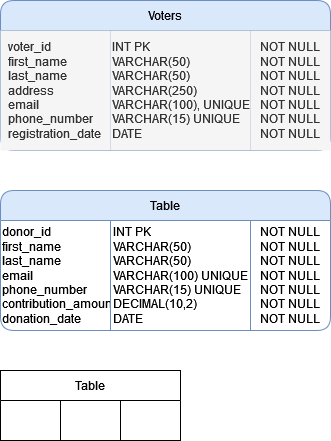
Earlier version of the draw.io export DB_Gergely_Zsolnai_HW_Political_Campaign.png (gergelyzsolnai/Gergely_Zsolnai_AU24). Source tidied: cells renumbered, new cells last; positions are measured from the earlier drawing's top-left corner, leaving out a move shared by most shapes. The source it was exported from:
```xml
<mxGraphModel>
  <root>
    <mxCell id="0" />
    <mxCell id="1" parent="0" />
    <mxCell id="2" value="Voters" style="shape=table;startSize=30;rounded=1;fillColor=#dae8fc;strokeColor=#6c8ebf;" parent="1" vertex="1">
      <mxGeometry width="330" height="150" as="geometry" />
    </mxCell>
    <mxCell id="3" style="shape=tableRow;horizontal=0;startSize=0;swimlaneHead=0;swimlaneBody=0;strokeColor=inherit;top=0;left=0;bottom=0;right=0;fillColor=none;" parent="2" vertex="1">
      <mxGeometry y="30" width="330" height="120" as="geometry" />
    </mxCell>
    <mxCell id="4" value="&lt;div align=&quot;left&quot;&gt;voter_id&lt;/div&gt;&lt;div align=&quot;left&quot;&gt;first_name&lt;/div&gt;&lt;div align=&quot;left&quot;&gt;last_name&lt;/div&gt;&lt;div align=&quot;left&quot;&gt;address&lt;/div&gt;&lt;div align=&quot;left&quot;&gt;email&lt;/div&gt;&lt;div align=&quot;left&quot;&gt;phone_number&lt;/div&gt;&lt;div align=&quot;left&quot;&gt;registration_date&lt;br&gt;&lt;/div&gt;" style="shape=partialRectangle;html=1;whiteSpace=wrap;strokeColor=#666666;overflow=hidden;fillColor=#f5f5f5;top=0;left=0;bottom=0;right=0;fontColor=#333333;" parent="3" vertex="1">
      <mxGeometry width="110" height="120" as="geometry" />
    </mxCell>
    <mxCell id="5" value="&lt;div align=&quot;left&quot;&gt;INT PK&lt;/div&gt;&lt;div align=&quot;left&quot;&gt;VARCHAR(50)&lt;/div&gt;&lt;div align=&quot;left&quot;&gt;VARCHAR(50)&lt;/div&gt;&lt;div align=&quot;left&quot;&gt;VARCHAR(250)&lt;/div&gt;&lt;div align=&quot;left&quot;&gt;VARCHAR(100), UNIQUE&lt;/div&gt;&lt;div align=&quot;left&quot;&gt;VARCHAR(15) UNIQUE&lt;/div&gt;&lt;div align=&quot;left&quot;&gt;DATE&lt;br&gt;&lt;/div&gt;" style="shape=partialRectangle;html=1;whiteSpace=wrap;strokeColor=#666666;overflow=hidden;fillColor=#f5f5f5;top=0;left=0;bottom=0;right=0;align=left;fontColor=#333333;" parent="3" vertex="1">
      <mxGeometry x="110" width="140" height="120" as="geometry" />
    </mxCell>
    <mxCell id="6" value="&lt;div&gt;NOT NULL&lt;/div&gt;&lt;div&gt;NOT NULL&lt;/div&gt;&lt;div&gt;NOT NULL&lt;/div&gt;&lt;div&gt;NOT NULL&lt;/div&gt;&lt;div&gt;NOT NULL&lt;/div&gt;&lt;div&gt;NOT NULL&lt;/div&gt;&lt;div&gt;NOT NULL&lt;br&gt;&lt;/div&gt;" style="shape=partialRectangle;html=1;whiteSpace=wrap;strokeColor=#666666;overflow=hidden;fillColor=#f5f5f5;top=0;left=0;bottom=0;right=0;fontColor=#333333;" parent="3" vertex="1">
      <mxGeometry x="250" width="80" height="120" as="geometry" />
    </mxCell>
    <mxCell id="7" value="Table" style="shape=table;startSize=30;rounded=1;fillColor=#dae8fc;strokeColor=#6c8ebf;" parent="1" vertex="1">
      <mxGeometry y="190" width="330" height="140" as="geometry" />
    </mxCell>
    <mxCell id="8" style="shape=tableRow;horizontal=0;startSize=0;swimlaneHead=0;swimlaneBody=0;strokeColor=inherit;top=0;left=0;bottom=0;right=0;fillColor=none;" parent="7" vertex="1">
      <mxGeometry y="30" width="330" height="110" as="geometry" />
    </mxCell>
    <mxCell id="9" value="&lt;div align=&quot;left&quot;&gt;donor_id&lt;/div&gt;&lt;div align=&quot;left&quot;&gt;first_name&lt;/div&gt;&lt;div align=&quot;left&quot;&gt;last_name&lt;br&gt;&lt;/div&gt;&lt;div&gt;email&lt;/div&gt;&lt;div&gt;phone_number&lt;/div&gt;&lt;div&gt;contribution_amount&lt;/div&gt;&lt;div&gt;donation_date&lt;br&gt;&lt;/div&gt;" style="shape=partialRectangle;html=1;whiteSpace=wrap;strokeColor=inherit;overflow=hidden;fillColor=none;top=0;left=0;bottom=0;right=0;align=left;" parent="8" vertex="1">
      <mxGeometry width="110" height="110" as="geometry" />
    </mxCell>
    <mxCell id="10" value="&lt;div align=&quot;left&quot;&gt;INT PK&lt;/div&gt;&lt;div align=&quot;left&quot;&gt;VARCHAR(50)&lt;/div&gt;&lt;div align=&quot;left&quot;&gt;VARCHAR(50)&lt;/div&gt;&lt;div align=&quot;left&quot;&gt;VARCHAR(100) UNIQUE&lt;/div&gt;&lt;div align=&quot;left&quot;&gt;VARCHAR(15) UNIQUE&lt;br&gt;&lt;/div&gt;&lt;div align=&quot;left&quot;&gt;DECIMAL(10,2)&lt;/div&gt;&lt;div align=&quot;left&quot;&gt;DATE&lt;br&gt;&lt;/div&gt;" style="shape=partialRectangle;html=1;whiteSpace=wrap;strokeColor=inherit;overflow=hidden;fillColor=none;top=0;left=0;bottom=0;right=0;" parent="8" vertex="1">
      <mxGeometry x="110" width="140" height="110" as="geometry" />
    </mxCell>
    <mxCell id="11" value="&lt;div&gt;NOT NULL&lt;/div&gt;&lt;div&gt;NOT NULL&lt;/div&gt;&lt;div&gt;NOT NULL&lt;/div&gt;&lt;div&gt;NOT NULL&lt;/div&gt;&lt;div&gt;NOT NULL&lt;/div&gt;&lt;div&gt;NOT NULL&lt;/div&gt;&lt;div&gt;NOT NULL&lt;br&gt;&lt;/div&gt;" style="shape=partialRectangle;html=1;whiteSpace=wrap;strokeColor=inherit;overflow=hidden;fillColor=none;top=0;left=0;bottom=0;right=0;" parent="8" vertex="1">
      <mxGeometry x="250" width="80" height="110" as="geometry" />
    </mxCell>
    <mxCell id="12" value="Table" style="shape=table;startSize=30;" parent="1" vertex="1">
      <mxGeometry y="370" width="180" height="70" as="geometry" />
    </mxCell>
    <mxCell id="13" style="shape=tableRow;horizontal=0;startSize=0;swimlaneHead=0;swimlaneBody=0;strokeColor=inherit;top=0;left=0;bottom=0;right=0;fillColor=none;" parent="12" vertex="1">
      <mxGeometry y="30" width="180" height="40" as="geometry" />
    </mxCell>
    <mxCell id="14" style="shape=partialRectangle;html=1;whiteSpace=wrap;strokeColor=inherit;overflow=hidden;fillColor=none;top=0;left=0;bottom=0;right=0;" parent="13" vertex="1">
      <mxGeometry width="60" height="40" as="geometry" />
    </mxCell>
    <mxCell id="15" style="shape=partialRectangle;html=1;whiteSpace=wrap;strokeColor=inherit;overflow=hidden;fillColor=none;top=0;left=0;bottom=0;right=0;" parent="13" vertex="1">
      <mxGeometry x="60" width="60" height="40" as="geometry" />
    </mxCell>
    <mxCell id="16" style="shape=partialRectangle;html=1;whiteSpace=wrap;strokeColor=inherit;overflow=hidden;fillColor=none;top=0;left=0;bottom=0;right=0;" parent="13" vertex="1">
      <mxGeometry x="120" width="60" height="40" as="geometry" />
    </mxCell>
  </root>
</mxGraphModel>
```
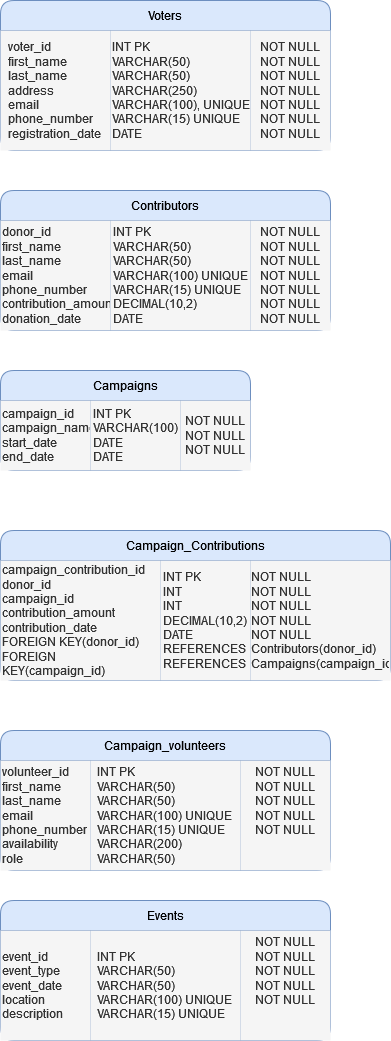
After the commit.

What changed in the source:
```diff
@@ -17,35 +17,80 @@
     <mxCell id="6" value="&lt;div&gt;NOT NULL&lt;/div&gt;&lt;div&gt;NOT NULL&lt;/div&gt;&lt;div&gt;NOT NULL&lt;/div&gt;&lt;div&gt;NOT NULL&lt;/div&gt;&lt;div&gt;NOT NULL&lt;/div&gt;&lt;div&gt;NOT NULL&lt;/div&gt;&lt;div&gt;NOT NULL&lt;br&gt;&lt;/div&gt;" style="shape=partialRectangle;html=1;whiteSpace=wrap;strokeColor=#666666;overflow=hidden;fillColor=#f5f5f5;top=0;left=0;bottom=0;right=0;fontColor=#333333;" parent="3" vertex="1">
       <mxGeometry x="250" width="80" height="120" as="geometry" />
     </mxCell>
-    <mxCell id="7" value="Table" style="shape=table;startSize=30;rounded=1;fillColor=#dae8fc;strokeColor=#6c8ebf;" parent="1" vertex="1">
+    <mxCell id="7" value="Contributors" style="shape=table;startSize=30;rounded=1;fillColor=#dae8fc;strokeColor=#6c8ebf;" parent="1" vertex="1">
       <mxGeometry y="190" width="330" height="140" as="geometry" />
     </mxCell>
     <mxCell id="8" style="shape=tableRow;horizontal=0;startSize=0;swimlaneHead=0;swimlaneBody=0;strokeColor=inherit;top=0;left=0;bottom=0;right=0;fillColor=none;" parent="7" vertex="1">
       <mxGeometry y="30" width="330" height="110" as="geometry" />
     </mxCell>
-    <mxCell id="9" value="&lt;div align=&quot;left&quot;&gt;donor_id&lt;/div&gt;&lt;div align=&quot;left&quot;&gt;first_name&lt;/div&gt;&lt;div align=&quot;left&quot;&gt;last_name&lt;br&gt;&lt;/div&gt;&lt;div&gt;email&lt;/div&gt;&lt;div&gt;phone_number&lt;/div&gt;&lt;div&gt;contribution_amount&lt;/div&gt;&lt;div&gt;donation_date&lt;br&gt;&lt;/div&gt;" style="shape=partialRectangle;html=1;whiteSpace=wrap;strokeColor=inherit;overflow=hidden;fillColor=none;top=0;left=0;bottom=0;right=0;align=left;" parent="8" vertex="1">
+    <mxCell id="9" value="&lt;div align=&quot;left&quot;&gt;donor_id&lt;/div&gt;&lt;div align=&quot;left&quot;&gt;first_name&lt;/div&gt;&lt;div align=&quot;left&quot;&gt;last_name&lt;br&gt;&lt;/div&gt;&lt;div&gt;email&lt;/div&gt;&lt;div&gt;phone_number&lt;/div&gt;&lt;div&gt;contribution_amount&lt;/div&gt;&lt;div&gt;donation_date&lt;br&gt;&lt;/div&gt;" style="shape=partialRectangle;html=1;whiteSpace=wrap;strokeColor=#666666;overflow=hidden;fillColor=#f5f5f5;top=0;left=0;bottom=0;right=0;align=left;fontColor=#333333;" parent="8" vertex="1">
       <mxGeometry width="110" height="110" as="geometry" />
     </mxCell>
-    <mxCell id="10" value="&lt;div align=&quot;left&quot;&gt;INT PK&lt;/div&gt;&lt;div align=&quot;left&quot;&gt;VARCHAR(50)&lt;/div&gt;&lt;div align=&quot;left&quot;&gt;VARCHAR(50)&lt;/div&gt;&lt;div align=&quot;left&quot;&gt;VARCHAR(100) UNIQUE&lt;/div&gt;&lt;div align=&quot;left&quot;&gt;VARCHAR(15) UNIQUE&lt;br&gt;&lt;/div&gt;&lt;div align=&quot;left&quot;&gt;DECIMAL(10,2)&lt;/div&gt;&lt;div align=&quot;left&quot;&gt;DATE&lt;br&gt;&lt;/div&gt;" style="shape=partialRectangle;html=1;whiteSpace=wrap;strokeColor=inherit;overflow=hidden;fillColor=none;top=0;left=0;bottom=0;right=0;" parent="8" vertex="1">
+    <mxCell id="10" value="&lt;div align=&quot;left&quot;&gt;INT PK&lt;/div&gt;&lt;div align=&quot;left&quot;&gt;VARCHAR(50)&lt;/div&gt;&lt;div align=&quot;left&quot;&gt;VARCHAR(50)&lt;/div&gt;&lt;div align=&quot;left&quot;&gt;VARCHAR(100) UNIQUE&lt;/div&gt;&lt;div align=&quot;left&quot;&gt;VARCHAR(15) UNIQUE&lt;br&gt;&lt;/div&gt;&lt;div align=&quot;left&quot;&gt;DECIMAL(10,2)&lt;/div&gt;&lt;div align=&quot;left&quot;&gt;DATE&lt;br&gt;&lt;/div&gt;" style="shape=partialRectangle;html=1;whiteSpace=wrap;strokeColor=#666666;overflow=hidden;fillColor=#f5f5f5;top=0;left=0;bottom=0;right=0;fontColor=#333333;" parent="8" vertex="1">
       <mxGeometry x="110" width="140" height="110" as="geometry" />
     </mxCell>
-    <mxCell id="11" value="&lt;div&gt;NOT NULL&lt;/div&gt;&lt;div&gt;NOT NULL&lt;/div&gt;&lt;div&gt;NOT NULL&lt;/div&gt;&lt;div&gt;NOT NULL&lt;/div&gt;&lt;div&gt;NOT NULL&lt;/div&gt;&lt;div&gt;NOT NULL&lt;/div&gt;&lt;div&gt;NOT NULL&lt;br&gt;&lt;/div&gt;" style="shape=partialRectangle;html=1;whiteSpace=wrap;strokeColor=inherit;overflow=hidden;fillColor=none;top=0;left=0;bottom=0;right=0;" parent="8" vertex="1">
+    <mxCell id="11" value="&lt;div&gt;NOT NULL&lt;/div&gt;&lt;div&gt;NOT NULL&lt;/div&gt;&lt;div&gt;NOT NULL&lt;/div&gt;&lt;div&gt;NOT NULL&lt;/div&gt;&lt;div&gt;NOT NULL&lt;/div&gt;&lt;div&gt;NOT NULL&lt;/div&gt;&lt;div&gt;NOT NULL&lt;br&gt;&lt;/div&gt;" style="shape=partialRectangle;html=1;whiteSpace=wrap;strokeColor=#666666;overflow=hidden;fillColor=#f5f5f5;top=0;left=0;bottom=0;right=0;fontColor=#333333;" parent="8" vertex="1">
       <mxGeometry x="250" width="80" height="110" as="geometry" />
     </mxCell>
-    <mxCell id="12" value="Table" style="shape=table;startSize=30;" parent="1" vertex="1">
-      <mxGeometry y="370" width="180" height="70" as="geometry" />
+    <mxCell id="12" value="Campaigns" style="shape=table;startSize=30;fillColor=#dae8fc;strokeColor=#6c8ebf;rounded=1;" parent="1" vertex="1">
+      <mxGeometry y="370" width="250" height="100" as="geometry" />
     </mxCell>
     <mxCell id="13" style="shape=tableRow;horizontal=0;startSize=0;swimlaneHead=0;swimlaneBody=0;strokeColor=inherit;top=0;left=0;bottom=0;right=0;fillColor=none;" parent="12" vertex="1">
-      <mxGeometry y="30" width="180" height="40" as="geometry" />
+      <mxGeometry y="30" width="250" height="70" as="geometry" />
     </mxCell>
-    <mxCell id="14" style="shape=partialRectangle;html=1;whiteSpace=wrap;strokeColor=inherit;overflow=hidden;fillColor=none;top=0;left=0;bottom=0;right=0;" parent="13" vertex="1">
-      <mxGeometry width="60" height="40" as="geometry" />
+    <mxCell id="14" value="&lt;div align=&quot;left&quot;&gt;campaign_id&lt;/div&gt;&lt;div align=&quot;left&quot;&gt;campaign_name&lt;/div&gt;&lt;div align=&quot;left&quot;&gt;start_date&lt;/div&gt;&lt;div align=&quot;left&quot;&gt;end_date&lt;br&gt;&lt;/div&gt;" style="shape=partialRectangle;html=1;whiteSpace=wrap;strokeColor=#666666;overflow=hidden;fillColor=#f5f5f5;top=0;left=0;bottom=0;right=0;align=left;fontColor=#333333;" parent="13" vertex="1">
+      <mxGeometry width="90" height="70" as="geometry" />
     </mxCell>
-    <mxCell id="15" style="shape=partialRectangle;html=1;whiteSpace=wrap;strokeColor=inherit;overflow=hidden;fillColor=none;top=0;left=0;bottom=0;right=0;" parent="13" vertex="1">
-      <mxGeometry x="60" width="60" height="40" as="geometry" />
+    <mxCell id="15" value="&lt;div align=&quot;left&quot;&gt;INT PK&lt;/div&gt;&lt;div align=&quot;left&quot;&gt;VARCHAR(100)&lt;/div&gt;&lt;div align=&quot;left&quot;&gt;DATE&lt;/div&gt;&lt;div align=&quot;left&quot;&gt;DATE&lt;br&gt;&lt;/div&gt;" style="shape=partialRectangle;html=1;whiteSpace=wrap;strokeColor=#666666;overflow=hidden;fillColor=#f5f5f5;top=0;left=0;bottom=0;right=0;fontColor=#333333;" parent="13" vertex="1">
+      <mxGeometry x="90" width="90" height="70" as="geometry" />
     </mxCell>
-    <mxCell id="16" style="shape=partialRectangle;html=1;whiteSpace=wrap;strokeColor=inherit;overflow=hidden;fillColor=none;top=0;left=0;bottom=0;right=0;" parent="13" vertex="1">
-      <mxGeometry x="120" width="60" height="40" as="geometry" />
+    <mxCell id="16" value="&lt;div align=&quot;left&quot;&gt;NOT NULL&lt;/div&gt;&lt;div align=&quot;left&quot;&gt;NOT NULL&lt;/div&gt;&lt;div align=&quot;left&quot;&gt;NOT NULL&lt;br&gt;&lt;/div&gt;" style="shape=partialRectangle;html=1;whiteSpace=wrap;strokeColor=#666666;overflow=hidden;fillColor=#f5f5f5;top=0;left=0;bottom=0;right=0;fontColor=#333333;" parent="13" vertex="1">
+      <mxGeometry x="180" width="70" height="70" as="geometry" />
     </mxCell>
+    <mxCell id="17" value="Campaign_Contributions" style="shape=table;startSize=30;rounded=1;fillColor=#dae8fc;strokeColor=#6c8ebf;" parent="1" vertex="1">
+      <mxGeometry y="530" width="390" height="150" as="geometry" />
+    </mxCell>
+    <mxCell id="18" style="shape=tableRow;horizontal=0;startSize=0;swimlaneHead=0;swimlaneBody=0;strokeColor=inherit;top=0;left=0;bottom=0;right=0;fillColor=none;" parent="17" vertex="1">
+      <mxGeometry y="30" width="390" height="120" as="geometry" />
+    </mxCell>
+    <mxCell id="19" value="&lt;div align=&quot;left&quot;&gt;campaign_contribution_id&lt;/div&gt;&lt;div align=&quot;left&quot;&gt;donor_id&lt;/div&gt;&lt;div align=&quot;left&quot;&gt;campaign_id&lt;/div&gt;&lt;div align=&quot;left&quot;&gt;contribution_amount&lt;/div&gt;&lt;div align=&quot;left&quot;&gt;contribution_date&lt;/div&gt;&lt;div align=&quot;left&quot;&gt;FOREIGN KEY(donor_id)&lt;/div&gt;&lt;div align=&quot;left&quot;&gt;FOREIGN KEY(campaign_id)&lt;br&gt;&lt;/div&gt;" style="shape=partialRectangle;html=1;whiteSpace=wrap;strokeColor=#666666;overflow=hidden;fillColor=#f5f5f5;top=0;left=0;bottom=0;right=0;align=left;fontColor=#333333;" parent="18" vertex="1">
+      <mxGeometry width="160" height="120" as="geometry" />
+    </mxCell>
+    <mxCell id="20" value="&lt;div align=&quot;left&quot;&gt;INT PK&lt;/div&gt;&lt;div align=&quot;left&quot;&gt;INT&lt;/div&gt;&lt;div align=&quot;left&quot;&gt;INT&lt;/div&gt;&lt;div align=&quot;left&quot;&gt;DECIMAL(10,2)&lt;/div&gt;&lt;div align=&quot;left&quot;&gt;DATE&lt;/div&gt;&lt;div align=&quot;left&quot;&gt;REFERENCES&lt;/div&gt;&lt;div align=&quot;left&quot;&gt;REFERENCES&lt;br&gt;&lt;/div&gt;" style="shape=partialRectangle;html=1;whiteSpace=wrap;strokeColor=#666666;overflow=hidden;fillColor=#f5f5f5;top=0;left=0;bottom=0;right=0;fontColor=#333333;" parent="18" vertex="1">
+      <mxGeometry x="160" width="90" height="120" as="geometry" />
+    </mxCell>
+    <mxCell id="21" value="&lt;div align=&quot;left&quot;&gt;NOT NULL&lt;/div&gt;&lt;div align=&quot;left&quot;&gt;NOT NULL&lt;/div&gt;&lt;div align=&quot;left&quot;&gt;NOT NULL&lt;/div&gt;&lt;div align=&quot;left&quot;&gt;NOT NULL&lt;/div&gt;&lt;div align=&quot;left&quot;&gt;NOT NULL&lt;/div&gt;&lt;div align=&quot;left&quot;&gt;Contributors(donor_id)&lt;/div&gt;&lt;div align=&quot;left&quot;&gt;Campaigns(campaign_id)&lt;br&gt;&lt;/div&gt;" style="shape=partialRectangle;html=1;whiteSpace=wrap;strokeColor=#666666;overflow=hidden;fillColor=#f5f5f5;top=0;left=0;bottom=0;right=0;fontColor=#333333;" parent="18" vertex="1">
+      <mxGeometry x="250" width="140" height="120" as="geometry" />
+    </mxCell>
+    <mxCell id="22" value="Campaign_volunteers" style="shape=table;startSize=30;fillColor=#dae8fc;strokeColor=#6c8ebf;rounded=1;" parent="1" vertex="1">
+      <mxGeometry y="730" width="330" height="140" as="geometry" />
+    </mxCell>
+    <mxCell id="23" style="shape=tableRow;horizontal=0;startSize=0;swimlaneHead=0;swimlaneBody=0;strokeColor=inherit;top=0;left=0;bottom=0;right=0;fillColor=none;" parent="22" vertex="1">
+      <mxGeometry y="30" width="330" height="110" as="geometry" />
+    </mxCell>
+    <mxCell id="24" value="&lt;div align=&quot;left&quot;&gt;volunteer_id&lt;/div&gt;&lt;div align=&quot;left&quot;&gt;first_name&lt;/div&gt;&lt;div align=&quot;left&quot;&gt;last_name&lt;/div&gt;&lt;div align=&quot;left&quot;&gt;email&lt;/div&gt;&lt;div align=&quot;left&quot;&gt;phone_number&lt;/div&gt;&lt;div align=&quot;left&quot;&gt;availability&lt;/div&gt;&lt;div align=&quot;left&quot;&gt;role&lt;br&gt;&lt;/div&gt;" style="shape=partialRectangle;html=1;whiteSpace=wrap;strokeColor=#666666;overflow=hidden;fillColor=#f5f5f5;top=0;left=0;bottom=0;right=0;align=left;fontColor=#333333;" parent="23" vertex="1">
+      <mxGeometry width="90" height="110" as="geometry" />
+    </mxCell>
+    <mxCell id="25" value="&lt;div align=&quot;left&quot;&gt;INT PK&lt;/div&gt;&lt;div align=&quot;left&quot;&gt;VARCHAR(50)&lt;/div&gt;&lt;div align=&quot;left&quot;&gt;VARCHAR(50)&lt;/div&gt;&lt;div align=&quot;left&quot;&gt;VARCHAR(100) UNIQUE&lt;br&gt;&lt;/div&gt;&lt;div align=&quot;left&quot;&gt;VARCHAR(15) UNIQUE&lt;/div&gt;&lt;div align=&quot;left&quot;&gt;VARCHAR(200)&lt;/div&gt;&lt;div align=&quot;left&quot;&gt;VARCHAR(50)&lt;/div&gt;" style="shape=partialRectangle;html=1;whiteSpace=wrap;strokeColor=#666666;overflow=hidden;fillColor=#f5f5f5;top=0;left=0;bottom=0;right=0;fontColor=#333333;" parent="23" vertex="1">
+      <mxGeometry x="90" width="150" height="110" as="geometry" />
+    </mxCell>
+    <mxCell id="26" value="&lt;div align=&quot;left&quot;&gt;NOT NULL&lt;/div&gt;&lt;div align=&quot;left&quot;&gt;NOT NULL&lt;/div&gt;&lt;div align=&quot;left&quot;&gt;NOT NULL&lt;/div&gt;&lt;div align=&quot;left&quot;&gt;NOT NULL&lt;/div&gt;&lt;div align=&quot;left&quot;&gt;NOT NULL&lt;/div&gt;&lt;div&gt;&lt;br&gt;&lt;/div&gt;&lt;div&gt;&lt;br&gt;&lt;/div&gt;" style="shape=partialRectangle;html=1;whiteSpace=wrap;strokeColor=#666666;overflow=hidden;fillColor=#f5f5f5;top=0;left=0;bottom=0;right=0;fontColor=#333333;" parent="23" vertex="1">
+      <mxGeometry x="240" width="90" height="110" as="geometry" />
+    </mxCell>
+    <mxCell id="27" value="Events" style="shape=table;startSize=30;fillColor=#dae8fc;strokeColor=#6c8ebf;rounded=1;" parent="1" vertex="1">
+      <mxGeometry y="900" width="330" height="140" as="geometry" />
+    </mxCell>
+    <mxCell id="28" style="shape=tableRow;horizontal=0;startSize=0;swimlaneHead=0;swimlaneBody=0;strokeColor=inherit;top=0;left=0;bottom=0;right=0;fillColor=none;" parent="27" vertex="1">
+      <mxGeometry y="30" width="330" height="110" as="geometry" />
+    </mxCell>
+    <mxCell id="29" value="&lt;div&gt;event_id&lt;/div&gt;&lt;div&gt;event_type&lt;/div&gt;&lt;div&gt;event_date&lt;/div&gt;&lt;div&gt;location&lt;/div&gt;&lt;div&gt;description&lt;br&gt;&lt;/div&gt;" style="shape=partialRectangle;html=1;whiteSpace=wrap;strokeColor=#666666;overflow=hidden;fillColor=#f5f5f5;top=0;left=0;bottom=0;right=0;align=left;fontColor=#333333;" parent="28" vertex="1">
+      <mxGeometry width="90" height="110" as="geometry" />
+    </mxCell>
+    <mxCell id="30" value="&lt;div align=&quot;left&quot;&gt;INT PK&lt;/div&gt;&lt;div align=&quot;left&quot;&gt;VARCHAR(50)&lt;/div&gt;&lt;div align=&quot;left&quot;&gt;VARCHAR(50)&lt;/div&gt;&lt;div align=&quot;left&quot;&gt;VARCHAR(100) UNIQUE&lt;br&gt;&lt;/div&gt;&lt;div align=&quot;left&quot;&gt;VARCHAR(15) UNIQUE&lt;/div&gt;" style="shape=partialRectangle;html=1;whiteSpace=wrap;strokeColor=#666666;overflow=hidden;fillColor=#f5f5f5;top=0;left=0;bottom=0;right=0;fontColor=#333333;" parent="28" vertex="1">
+      <mxGeometry x="90" width="150" height="110" as="geometry" />
+    </mxCell>
+    <mxCell id="31" value="&lt;div align=&quot;left&quot;&gt;NOT NULL&lt;/div&gt;&lt;div align=&quot;left&quot;&gt;NOT NULL&lt;/div&gt;&lt;div align=&quot;left&quot;&gt;NOT NULL&lt;/div&gt;&lt;div align=&quot;left&quot;&gt;NOT NULL&lt;/div&gt;&lt;div align=&quot;left&quot;&gt;NOT NULL&lt;/div&gt;&lt;div&gt;&lt;br&gt;&lt;/div&gt;&lt;div&gt;&lt;br&gt;&lt;/div&gt;" style="shape=partialRectangle;html=1;whiteSpace=wrap;strokeColor=#666666;overflow=hidden;fillColor=#f5f5f5;top=0;left=0;bottom=0;right=0;fontColor=#333333;" parent="28" vertex="1">
+      <mxGeometry x="240" width="90" height="110" as="geometry" />
+    </mxCell>
   </root>
 </mxGraphModel>
```
